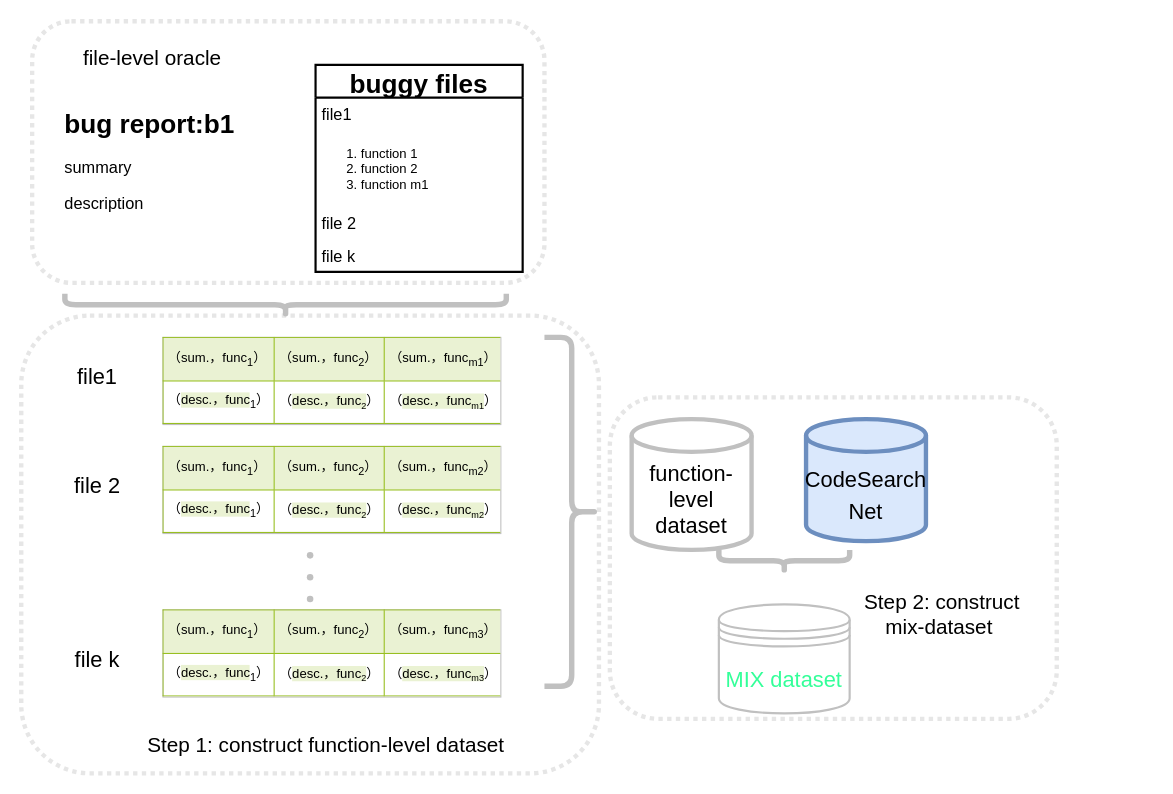
Earlier version of the draw.io diagram 小论文MIX数据集构造策略.drawio (hangdj/BERT-PLI-IJCAI2020). Source tidied: cells renumbered, new cells numbered last; positions are measured from the earlier drawing's top-left corner, leaving out a move shared by most shapes. Both pictures are drawn from the tidied source at 109%, with x=0, y=0 at pixel (21, 21).
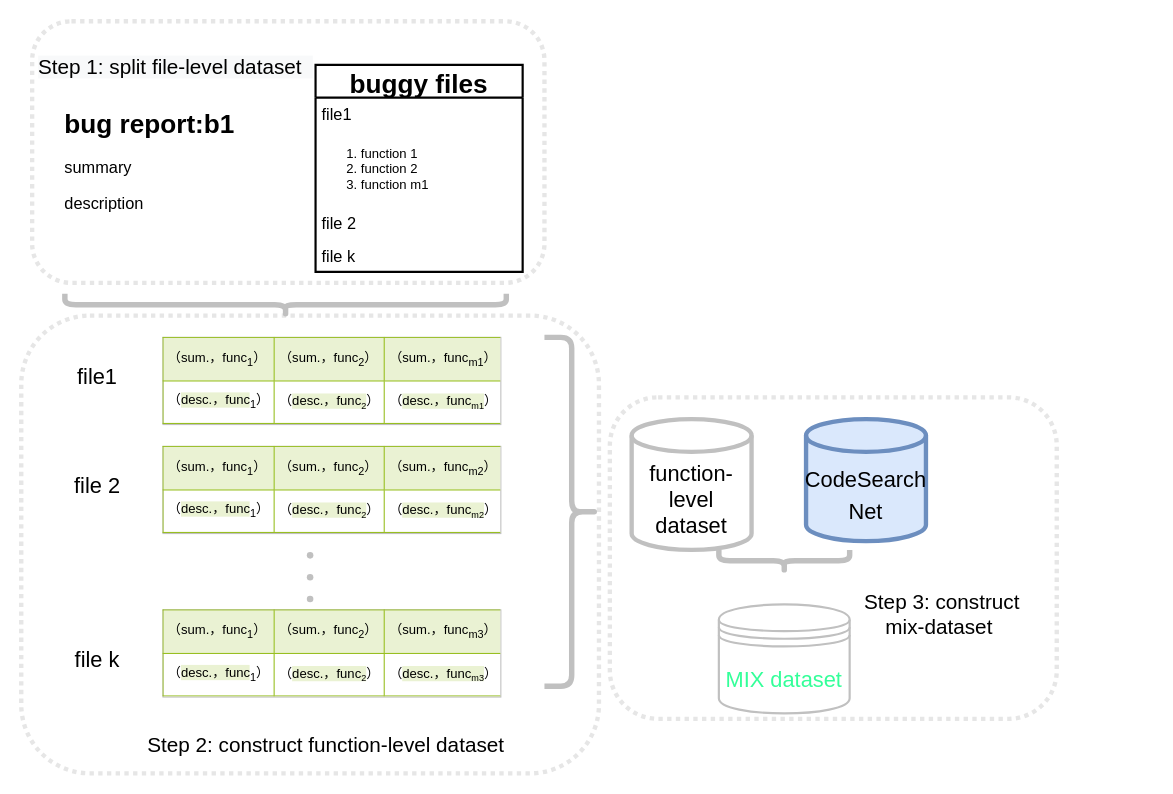
After the change.

Commit message:
Update 小论文MIX数据集构造策略.drawio

Diff of the diagram source:
```diff
@@
-    <mxCell id="26" value="&lt;font style=&quot;font-size: 19px&quot;&gt;Step 1: construct function-level dataset&amp;nbsp;&amp;nbsp;&lt;/font&gt;" style="text;html=1;strokeColor=none;fillColor=none;align=center;verticalAlign=middle;whiteSpace=wrap;rounded=0;" parent="1" vertex="1">
+    <mxCell id="26" value="&lt;font style=&quot;font-size: 19px&quot;&gt;Step 2: construct function-level dataset&amp;nbsp;&amp;nbsp;&lt;/font&gt;" style="text;html=1;strokeColor=none;fillColor=none;align=center;verticalAlign=middle;whiteSpace=wrap;rounded=0;" parent="1" vertex="1">
       <mxGeometry x="51.2" y="650" width="467.5" height="30" as="geometry" />
     </mxCell>
-    <mxCell id="27" value="&lt;font style=&quot;font-size: 19px&quot;&gt;Step 2: construct &lt;br&gt;mix-dataset&amp;nbsp;&lt;/font&gt;" style="text;html=1;strokeColor=none;fillColor=none;align=center;verticalAlign=middle;whiteSpace=wrap;rounded=0;" parent="1" vertex="1">
+    <mxCell id="27" value="&lt;font style=&quot;font-size: 19px&quot;&gt;Step 3: construct &lt;br&gt;mix-dataset&amp;nbsp;&lt;/font&gt;" style="text;html=1;strokeColor=none;fillColor=none;align=center;verticalAlign=middle;whiteSpace=wrap;rounded=0;" parent="1" vertex="1">
       <mxGeometry x="650" y="530" width="390" height="30" as="geometry" />
     </mxCell>
-    <mxCell id="28" value="file-level oracle" style="text;html=1;strokeColor=none;fillColor=none;align=center;verticalAlign=middle;whiteSpace=wrap;rounded=0;dashed=1;dashPattern=1 1;fontSize=19;" parent="1" vertex="1">
-      <mxGeometry x="51.2" y="20" width="138.8" height="30" as="geometry" />
+    <mxCell id="28" value="&lt;span style=&quot;color: rgb(0 , 0 , 0) ; font-family: &amp;#34;helvetica&amp;#34; ; font-size: 19px ; font-style: normal ; font-weight: 400 ; letter-spacing: normal ; text-align: center ; text-indent: 0px ; text-transform: none ; word-spacing: 0px ; background-color: rgb(248 , 249 , 250) ; display: inline ; float: none&quot;&gt;Step 1: split file-level dataset&amp;nbsp;&amp;nbsp;&lt;/span&gt;" style="text;html=1;strokeColor=none;fillColor=none;align=center;verticalAlign=middle;whiteSpace=wrap;rounded=0;dashed=1;dashPattern=1 1;fontSize=19;" parent="1" vertex="1">
+      <mxGeometry x="10" y="27.5" width="263.8" height="30" as="geometry" />
     </mxCell>
```
